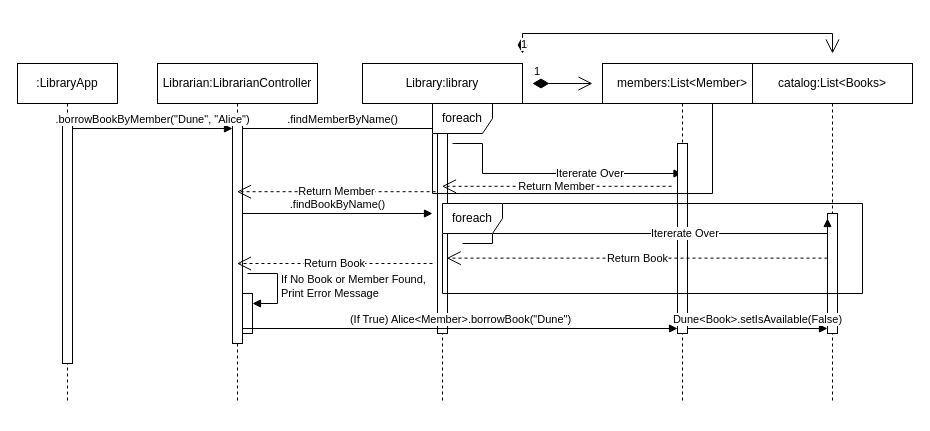
Ryguy642/cosc236-Lab6-RGCF keeps this draw.io diagram as sequencediagrams/borrowBook.drawio. Above is the earlier version. Source tidied: cells renumbered, new cells numbered last; positions are measured from the earlier drawing's top-left corner, leaving out a move shared by most shapes. Both pictures are drawn from the tidied source at 100%, with x=0, y=0 at pixel (17, 33).
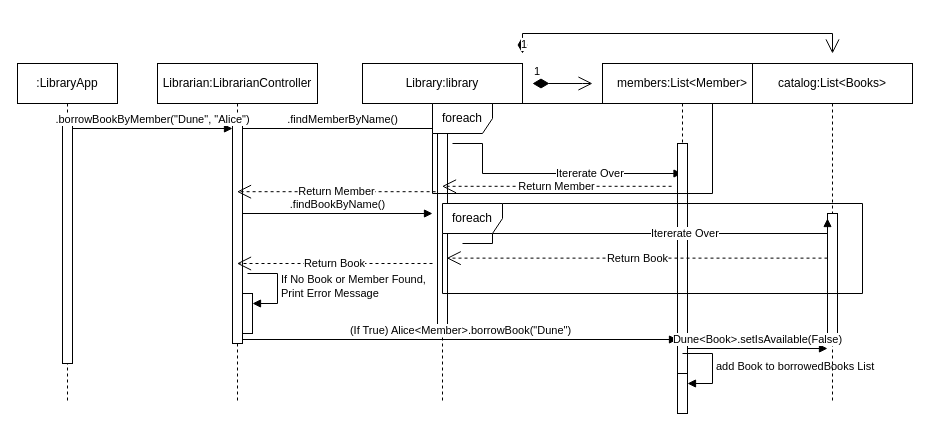
The same diagram, later.

Unchanged cells that the change refers to:
```xml
<mxCell id="5" style="html=1;points=[[0,0,0,0,5],[0,1,0,0,-5],[1,0,0,0,5],[1,1,0,0,-5]];perimeter=orthogonalPerimeter;outlineConnect=0;targetShapes=umlLifeline;portConstraint=eastwest;newEdgeStyle={&quot;curved&quot;:0,&quot;rounded&quot;:0};" parent="4" vertex="1">
  <mxGeometry x="75" y="60" width="10" height="220" as="geometry" />
</mxCell>
<mxCell id="16" value="catalog:List&amp;lt;Books&amp;gt;" style="shape=umlLifeline;perimeter=lifelinePerimeter;whiteSpace=wrap;html=1;newEdgeStyle={&quot;curved&quot;:0,&quot;rounded&quot;:0};" parent="1" vertex="1">
  <mxGeometry x="735" y="30" width="160" height="340" as="geometry" />
</mxCell>
```

Diff of the diagram source:
```diff
@@
     <mxCell id="11" value="members:List&amp;lt;Member&amp;gt;" style="shape=umlLifeline;perimeter=lifelinePerimeter;whiteSpace=wrap;html=1;outlineConnect=0;portConstraint=eastwest;newEdgeStyle={&quot;curved&quot;:0,&quot;rounded&quot;:0};" parent="1" vertex="1">
-      <mxGeometry x="585" y="30" width="160" height="340" as="geometry" />
+      <mxGeometry x="585" y="30" width="160" height="350" as="geometry" />
     </mxCell>
     <mxCell id="12" style="html=1;points=[[0,0,0,0,5],[0,1,0,0,-5],[1,0,0,0,5],[1,1,0,0,-5]];perimeter=orthogonalPerimeter;outlineConnect=0;targetShapes=umlLifeline;portConstraint=eastwest;newEdgeStyle={&quot;curved&quot;:0,&quot;rounded&quot;:0};" parent="11" vertex="1">
-      <mxGeometry x="75" y="80" width="10" height="190" as="geometry" />
+      <mxGeometry x="75" y="80" width="10" height="230" as="geometry" />
     </mxCell>
+    <mxCell id="29" style="html=1;points=[[0,0,0,0,5],[0,1,0,0,-5],[1,0,0,0,5],[1,1,0,0,-5]];perimeter=orthogonalPerimeter;outlineConnect=0;targetShapes=umlLifeline;portConstraint=eastwest;newEdgeStyle={&quot;curved&quot;:0,&quot;rounded&quot;:0};" parent="11" vertex="1">
+      <mxGeometry x="75" y="310" width="10" height="40" as="geometry" />
+    </mxCell>
+    <mxCell id="30" value="add Book to borrowedBooks List" style="html=1;align=left;spacingLeft=2;endArrow=block;rounded=0;edgeStyle=orthogonalEdgeStyle;curved=0;rounded=0;" parent="11" edge="1" target="29">
+      <mxGeometry relative="1" as="geometry">
+        <mxPoint x="80" y="290" as="sourcePoint" />
+        <Array as="points">
+          <mxPoint x="110" y="320" />
+        </Array>
+      </mxGeometry>
+    </mxCell>
@@
     <mxCell id="17" style="html=1;points=[[0,0,0,0,5],[0,1,0,0,-5],[1,0,0,0,5],[1,1,0,0,-5]];perimeter=orthogonalPerimeter;outlineConnect=0;targetShapes=umlLifeline;portConstraint=eastwest;newEdgeStyle={&quot;curved&quot;:0,&quot;rounded&quot;:0};" parent="16" vertex="1">
-      <mxGeometry x="75" y="150" width="10" height="120" as="geometry" />
+      <mxGeometry x="75" y="150" width="10" height="130" as="geometry" />
     </mxCell>
@@
-    <mxCell id="27" value="(If True) Alice&amp;lt;Member&amp;gt;.borrowBook(&quot;Dune&quot;)" style="html=1;verticalAlign=bottom;endArrow=block;curved=0;rounded=0;entryX=0;entryY=1;entryDx=0;entryDy=-5;entryPerimeter=0;" parent="1" edge="1" source="5" target="12">
-      <mxGeometry relative="1" as="geometry" />
+    <mxCell id="27" value="(If True) Alice&amp;lt;Member&amp;gt;.borrowBook(&quot;Dune&quot;)" style="html=1;verticalAlign=bottom;endArrow=block;curved=0;rounded=0;" parent="1" edge="1">
+      <mxGeometry relative="1" as="geometry">
+        <mxPoint x="225" y="306" as="sourcePoint" />
+        <mxPoint x="660" y="306" as="targetPoint" />
+      </mxGeometry>
     </mxCell>
-    <mxCell id="28" value="Dune&amp;lt;Book&amp;gt;.setIsAvailable(False)" style="html=1;verticalAlign=bottom;endArrow=block;curved=0;rounded=0;exitX=1;exitY=1;exitDx=0;exitDy=-5;exitPerimeter=0;entryX=0;entryY=1;entryDx=0;entryDy=-5;entryPerimeter=0;" parent="1" edge="1" source="12" target="17">
-      <mxGeometry relative="1" as="geometry" />
+    <mxCell id="28" value="Dune&amp;lt;Book&amp;gt;.setIsAvailable(False)" style="html=1;verticalAlign=bottom;endArrow=block;curved=0;rounded=0;entryX=0;entryY=1;entryDx=0;entryDy=-5;entryPerimeter=0;" parent="1" edge="1">
+      <mxGeometry relative="1" as="geometry">
+        <mxPoint x="670" y="315" as="sourcePoint" />
+        <mxPoint x="810" y="315" as="targetPoint" />
+      </mxGeometry>
     </mxCell>
```
